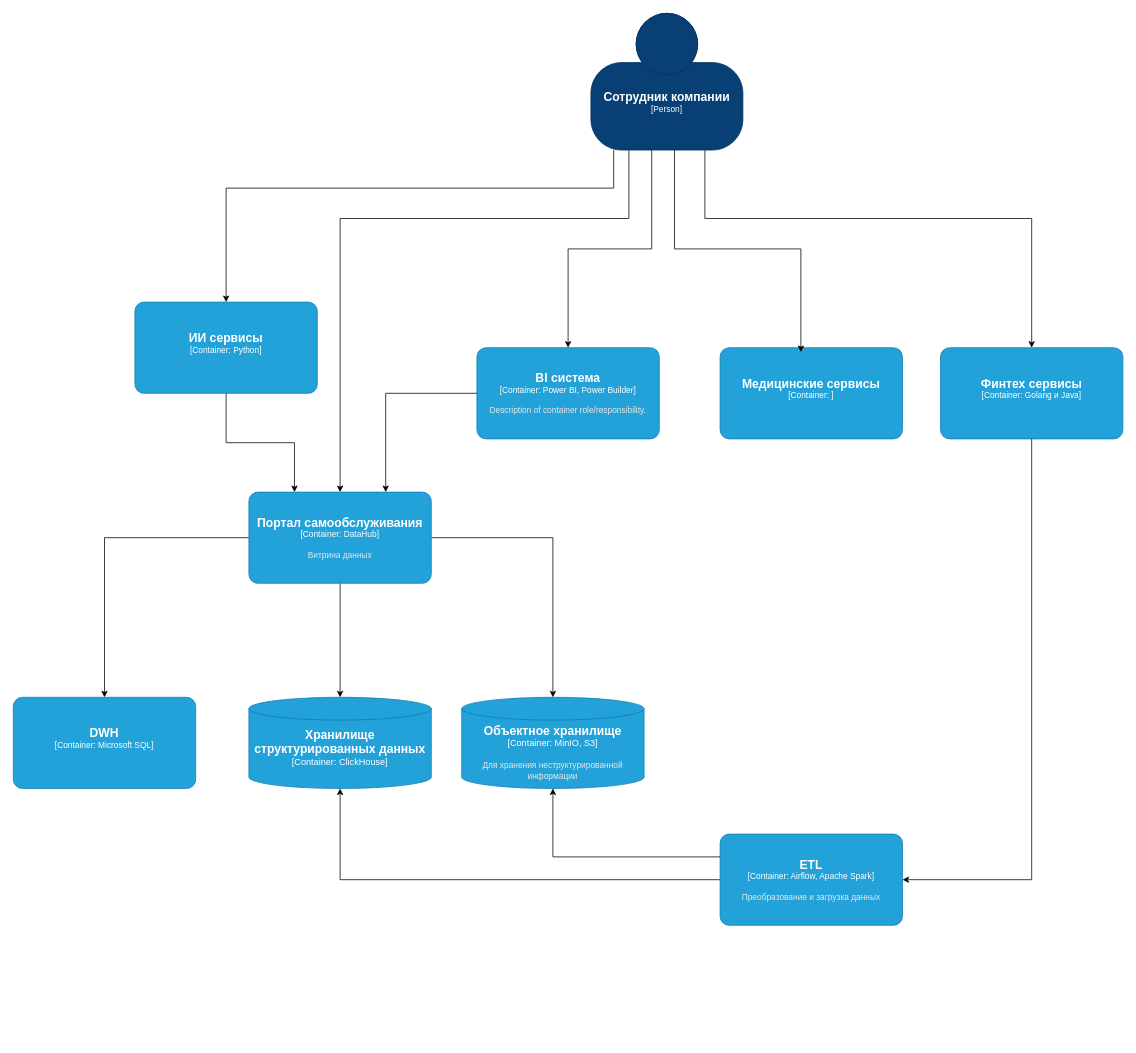
The draw.io diagram Task1/C4-container-diagram.drawio in IlnarMT/architecture-future_2_0, before the edit. Source tidied: cells renumbered, new cells numbered last; positions are measured from the earlier drawing's top-left corner, leaving out a move shared by most shapes. Both pictures are drawn from the tidied source at 76%, with x=0, y=0 at pixel (13, 13).
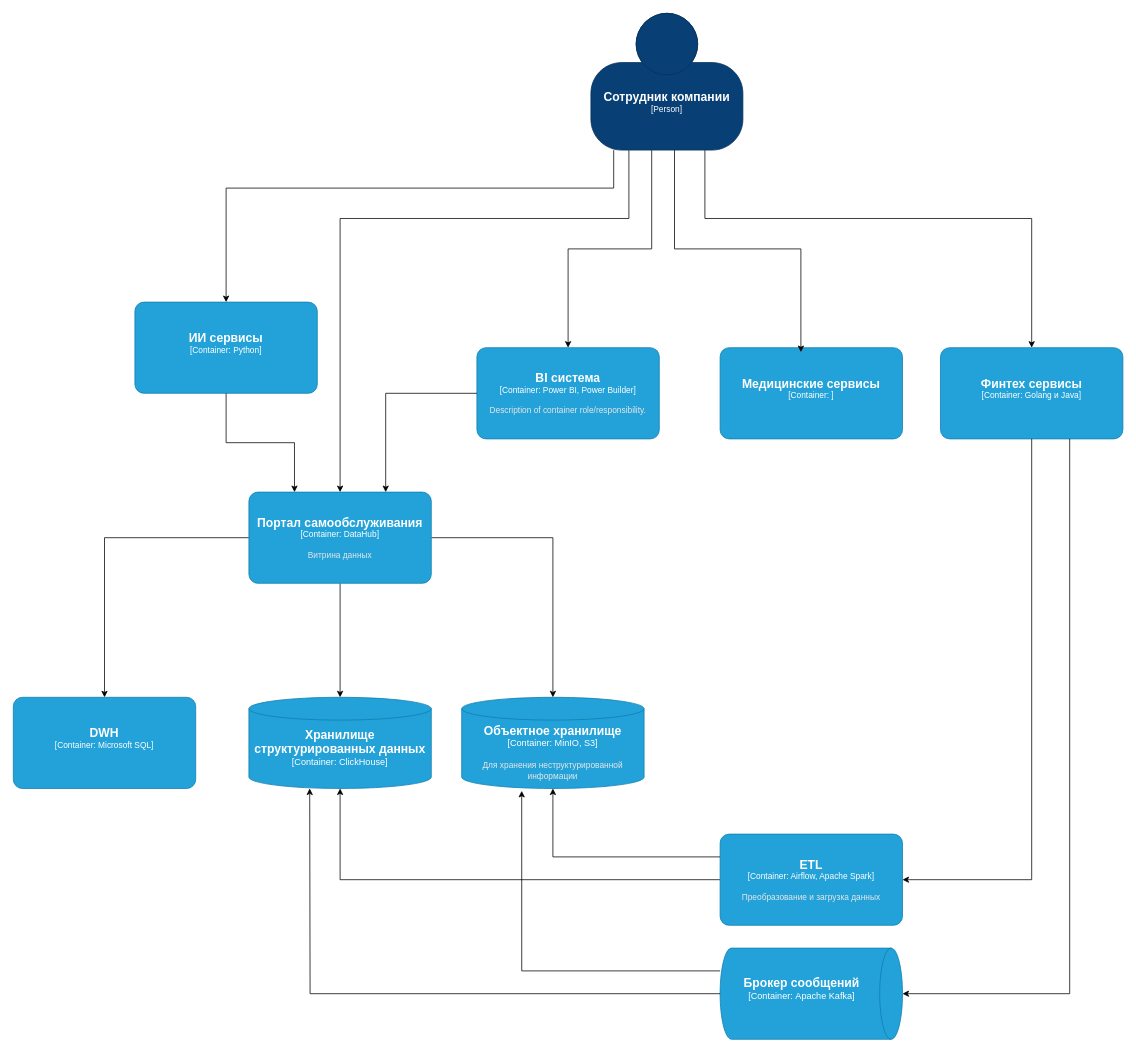
The same page after the edit.

The change refers to these unchanged cells:
```xml
<object id="8" label="&lt;font style=&quot;font-size: 16px&quot;&gt;&lt;b&gt;%c4Name%&lt;/b&gt;&lt;/font&gt;&lt;div&gt;[%c4Type%: %c4Technology%]&lt;/div&gt;&lt;br&gt;&lt;div&gt;&lt;font style=&quot;font-size: 11px&quot;&gt;&lt;font color=&quot;#E6E6E6&quot;&gt;%c4Description%&lt;/font&gt;&lt;/div&gt;" c4Description="" c4Name="Финтех сервисы" c4Technology="Golang и Java" c4Type="Container" placeholders="1">
  <mxCell style="rounded=1;whiteSpace=wrap;html=1;fontSize=11;labelBackgroundColor=none;fillColor=#23A2D9;fontColor=#ffffff;align=center;arcSize=10;strokeColor=#0E7DAD;points=[[0.25,0,0],[0.5,0,0],[0.75,0,0],[1,0.25,0],[1,0.5,0],[1,0.75,0],[0.75,1,0],[0.5,1,0],[0.25,1,0],[0,0.75,0],[0,0.5,0],[0,0.25,0]];" parent="1" vertex="1">
    <mxGeometry x="1220" y="440" width="240" height="120" as="geometry" />
  </mxCell>
</object>
<object id="10" label="&lt;font style=&quot;font-size: 16px&quot;&gt;&lt;b&gt;%c4Name%&lt;/b&gt;&lt;/font&gt;&lt;div&gt;[%c4Type%:&amp;nbsp;%c4Technology%]&lt;/div&gt;&lt;br&gt;&lt;div&gt;&lt;font style=&quot;font-size: 11px&quot;&gt;&lt;font color=&quot;#E6E6E6&quot;&gt;%c4Description%&lt;/font&gt;&lt;/div&gt;" c4Description="Для хранения неструктурированной информации" c4Name="Объектное хранилище" c4Technology="MinIO, S3" c4Type="Container" placeholders="1">
  <mxCell style="shape=cylinder3;size=15;whiteSpace=wrap;html=1;boundedLbl=1;rounded=0;labelBackgroundColor=none;fillColor=#23A2D9;fontSize=12;fontColor=#ffffff;align=center;strokeColor=#0E7DAD;points=[[0.5,0,0],[1,0.25,0],[1,0.5,0],[1,0.75,0],[0.5,1,0],[0,0.75,0],[0,0.5,0],[0,0.25,0]];" parent="1" vertex="1">
    <mxGeometry x="590" y="900" width="240" height="120" as="geometry" />
  </mxCell>
</object>
```

What changed in the source:
```diff
@@
+    <object id="25" label="&lt;font style=&quot;font-size: 16px&quot;&gt;&lt;b&gt;%c4Name%&lt;/b&gt;&lt;/font&gt;&lt;div&gt;[%c4Type%:&amp;nbsp;%c4Technology%]&lt;/div&gt;&lt;br&gt;&lt;div&gt;&lt;font style=&quot;font-size: 11px&quot;&gt;&lt;font color=&quot;#E6E6E6&quot;&gt;%c4Description%&lt;/font&gt;&lt;/div&gt;" c4Description="" c4Name="Брокер сообщений" c4Technology="Apache Kafka" c4Type="Container" placeholders="1">
+      <mxCell style="shape=cylinder3;size=15;direction=south;whiteSpace=wrap;html=1;boundedLbl=1;rounded=0;labelBackgroundColor=none;fillColor=#23A2D9;fontSize=12;fontColor=#ffffff;align=center;strokeColor=#0E7DAD;points=[[0.5,0,0],[1,0.25,0],[1,0.5,0],[1,0.75,0],[0.5,1,0],[0,0.75,0],[0,0.5,0],[0,0.25,0]];" parent="1" vertex="1">
+        <mxGeometry x="930" y="1230" width="240" height="120" as="geometry" />
+      </mxCell>
+    </object>
+    <mxCell id="26" style="edgeStyle=orthogonalEdgeStyle;rounded=0;jettySize=auto;html=1;entryX=0.5;entryY=0;entryDx=0;entryDy=0;entryPerimeter=0;" parent="1" edge="1" source="8" target="25">
+      <mxGeometry relative="1" as="geometry">
+        <Array as="points">
+          <mxPoint x="1390" y="1290" />
+        </Array>
+      </mxGeometry>
+    </mxCell>
+    <mxCell id="27" style="edgeStyle=orthogonalEdgeStyle;rounded=0;jettySize=auto;html=1;" parent="1" edge="1" source="25">
+      <mxGeometry relative="1" as="geometry">
+        <mxPoint x="390" y="1020" as="targetPoint" />
+      </mxGeometry>
+    </mxCell>
+    <mxCell id="28" style="edgeStyle=orthogonalEdgeStyle;rounded=0;jettySize=auto;html=1;entryX=0.329;entryY=1.026;entryDx=0;entryDy=0;entryPerimeter=0;" parent="1" edge="1" source="25" target="10">
+      <mxGeometry relative="1" as="geometry">
+        <Array as="points">
+          <mxPoint x="669" y="1260" />
+        </Array>
+      </mxGeometry>
+    </mxCell>
```
